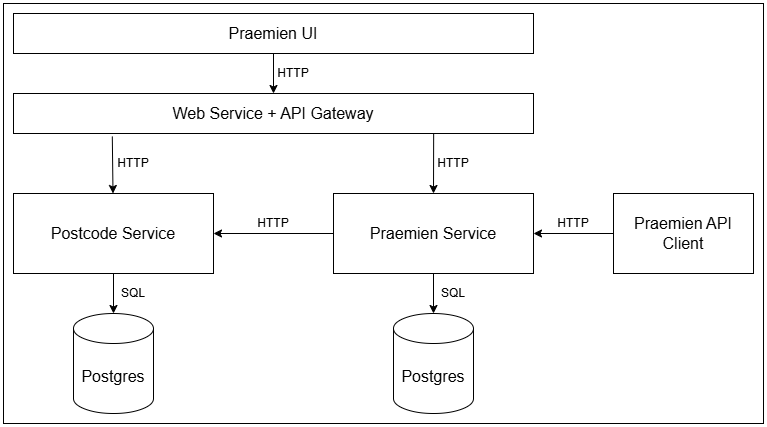
blaszczyk/scopevisio_coding_challenge keeps this draw.io diagram as architecture_praemien.drawio.png. Above is the earlier version. Source tidied: cells renumbered, new cells last; positions are measured from the earlier drawing's top-left corner, leaving out a move shared by most shapes.
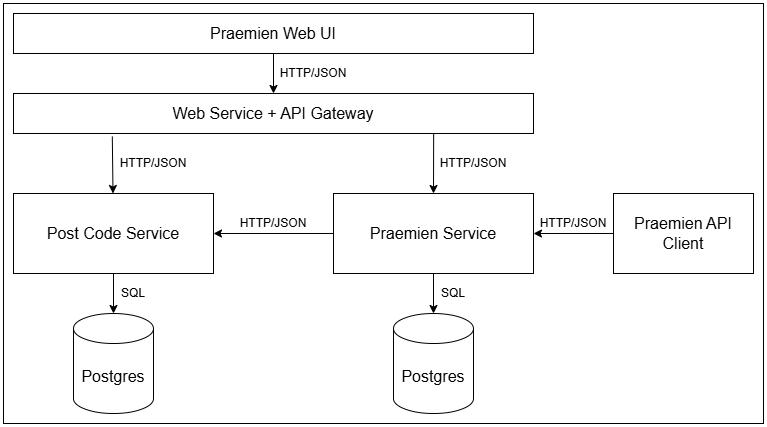
After the commit.

Diff of the diagram source:
```diff
@@ -8,13 +8,13 @@
     <mxCell id="3" style="edgeStyle=orthogonalEdgeStyle;rounded=0;jettySize=auto;html=1;exitX=0.5;exitY=1;exitDx=0;exitDy=0;entryX=0.5;entryY=0;entryDx=0;entryDy=0;" parent="1" edge="1" source="4" target="5">
       <mxGeometry relative="1" as="geometry" />
     </mxCell>
-    <mxCell id="4" value="&lt;font&gt;Praemien UI&lt;/font&gt;" style="rounded=0;whiteSpace=wrap;html=1;fontSize=16;" parent="1" vertex="1">
+    <mxCell id="4" value="&lt;font&gt;Praemien Web UI&lt;/font&gt;" style="rounded=0;whiteSpace=wrap;html=1;fontSize=16;" parent="1" vertex="1">
       <mxGeometry x="10" y="10" width="520" height="40" as="geometry" />
     </mxCell>
     <mxCell id="5" value="Web Service + API Gateway" style="rounded=0;whiteSpace=wrap;html=1;fontSize=16;" parent="1" vertex="1">
       <mxGeometry x="10" y="90" width="520" height="40" as="geometry" />
     </mxCell>
-    <mxCell id="6" value="Postcode Service" style="rounded=0;whiteSpace=wrap;html=1;fontSize=16;" parent="1" vertex="1">
+    <mxCell id="6" value="Post C&lt;span style=&quot;background-color: transparent; color: light-dark(rgb(0, 0, 0), rgb(255, 255, 255));&quot;&gt;ode Service&lt;/span&gt;" style="rounded=0;whiteSpace=wrap;html=1;fontSize=16;" parent="1" vertex="1">
       <mxGeometry x="10" y="190" width="200" height="80" as="geometry" />
     </mxCell>
     <mxCell id="7" value="Praemien Service" style="rounded=0;whiteSpace=wrap;html=1;fontSize=16;" parent="1" vertex="1">
@@ -47,26 +47,26 @@
     <mxCell id="16" style="endArrow=classic;html=1;rounded=0;entryX=1;entryY=0.5;entryDx=0;entryDy=0;exitX=0;exitY=0.5;exitDx=0;exitDy=0;" parent="1" edge="1" source="15" target="7">
       <mxGeometry relative="1" as="geometry" />
     </mxCell>
-    <mxCell id="17" value="HTTP" style="text;html=1;align=center;verticalAlign=middle;whiteSpace=wrap;rounded=0;" parent="1" vertex="1">
-      <mxGeometry x="260" y="60" width="60" height="20" as="geometry" />
+    <mxCell id="17" value="HTTP/JSON" style="text;html=1;align=center;verticalAlign=middle;whiteSpace=wrap;rounded=0;" parent="1" vertex="1">
+      <mxGeometry x="270" y="60" width="80" height="20" as="geometry" />
     </mxCell>
-    <mxCell id="18" value="HTTP" style="text;html=1;align=center;verticalAlign=middle;whiteSpace=wrap;rounded=0;" parent="1" vertex="1">
-      <mxGeometry x="100" y="150" width="60" height="20" as="geometry" />
-    </mxCell>
-    <mxCell id="19" value="HTTP" style="text;html=1;align=center;verticalAlign=middle;whiteSpace=wrap;rounded=0;" parent="1" vertex="1">
-      <mxGeometry x="420" y="150" width="60" height="20" as="geometry" />
-    </mxCell>
-    <mxCell id="20" value="HTTP" style="text;html=1;align=center;verticalAlign=middle;whiteSpace=wrap;rounded=0;" parent="1" vertex="1">
-      <mxGeometry x="240" y="210" width="60" height="20" as="geometry" />
-    </mxCell>
-    <mxCell id="21" value="HTTP" style="text;html=1;align=center;verticalAlign=middle;whiteSpace=wrap;rounded=0;" parent="1" vertex="1">
-      <mxGeometry x="540" y="210" width="60" height="20" as="geometry" />
-    </mxCell>
     <mxCell id="22" value="SQL" style="text;html=1;align=center;verticalAlign=middle;whiteSpace=wrap;rounded=0;" parent="1" vertex="1">
       <mxGeometry x="110" y="280" width="40" height="20" as="geometry" />
     </mxCell>
     <mxCell id="23" value="SQL" style="text;html=1;align=center;verticalAlign=middle;whiteSpace=wrap;rounded=0;" parent="1" vertex="1">
       <mxGeometry x="430" y="280" width="40" height="20" as="geometry" />
     </mxCell>
+    <mxCell id="24" value="HTTP/JSON" style="text;html=1;align=center;verticalAlign=middle;whiteSpace=wrap;rounded=0;" parent="1" vertex="1">
+      <mxGeometry x="110" y="150" width="80" height="20" as="geometry" />
+    </mxCell>
+    <mxCell id="25" value="HTTP/JSON" style="text;html=1;align=center;verticalAlign=middle;whiteSpace=wrap;rounded=0;" parent="1" vertex="1">
+      <mxGeometry x="430" y="150" width="80" height="20" as="geometry" />
+    </mxCell>
+    <mxCell id="26" value="HTTP/JSON" style="text;html=1;align=center;verticalAlign=middle;whiteSpace=wrap;rounded=0;" parent="1" vertex="1">
+      <mxGeometry x="230" y="210" width="80" height="20" as="geometry" />
+    </mxCell>
+    <mxCell id="27" value="HTTP/JSON" style="text;html=1;align=center;verticalAlign=middle;whiteSpace=wrap;rounded=0;" parent="1" vertex="1">
+      <mxGeometry x="530" y="210" width="80" height="20" as="geometry" />
+    </mxCell>
   </root>
 </mxGraphModel>
```
